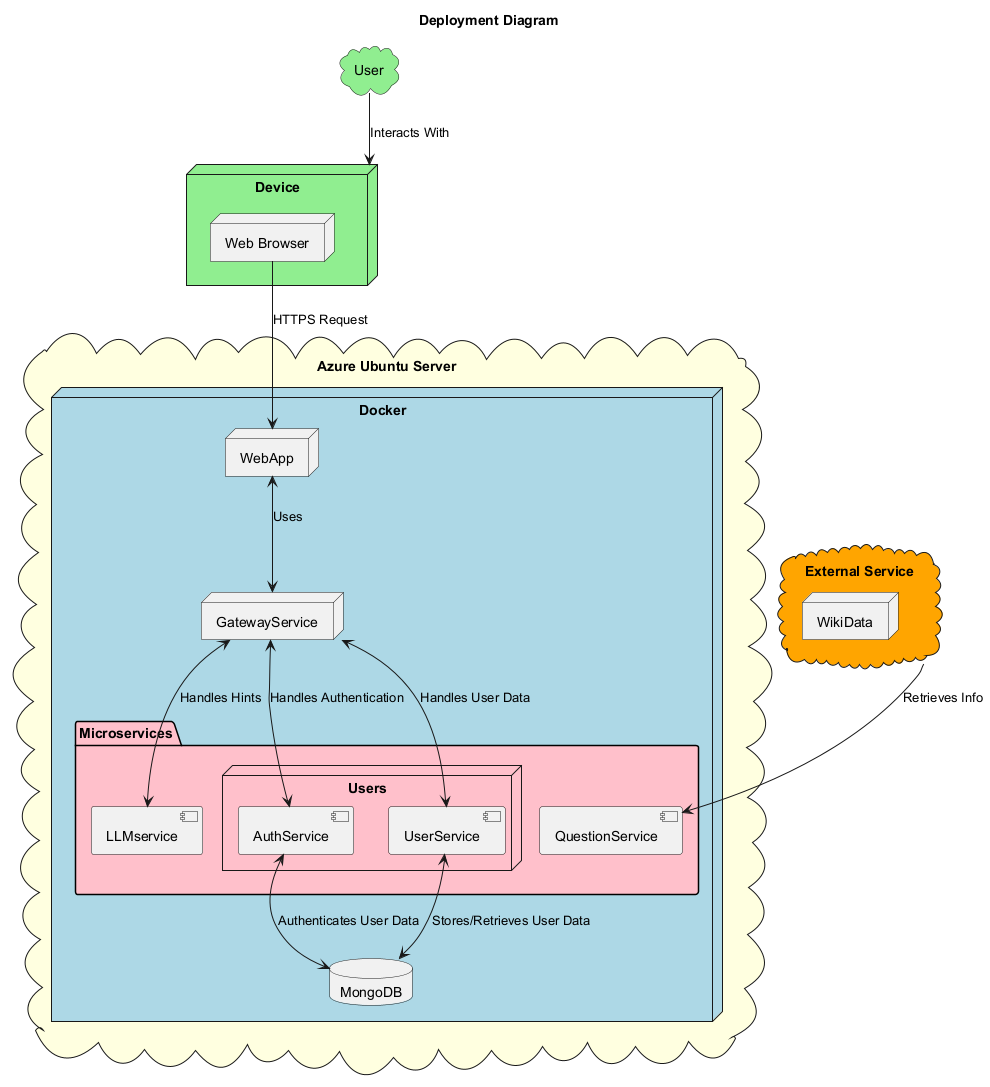
This is images/Deployment-View.png from Arquisoft/wichat_en3b, a PlantUML export, as it was before one commit.
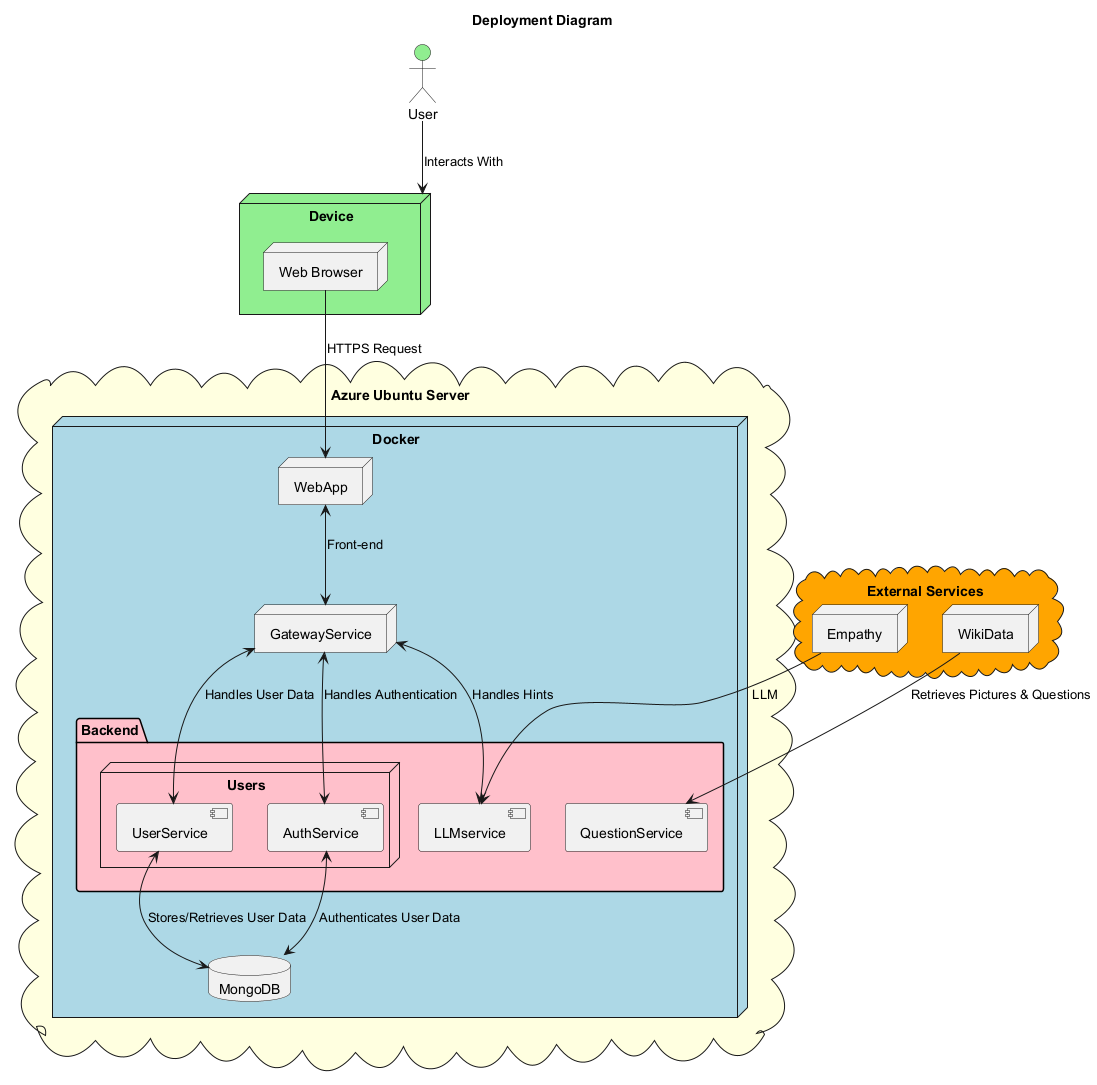
Above is the later version.

The edit, as a diff of the source:
```diff
@@ -1,7 +1,7 @@
 @startuml
 title Deployment Diagram
 
-cloud "User" as user #lightgreen
+actor "User" as user #lightgreen
 
 node Device as device #lightgreen {
     node "Web Browser" as browser
@@ -13,7 +13,7 @@
         node "GatewayService" as gateway
         database "MongoDB" as db
 
-        folder "Microservices" as microservices #pink {
+        folder "Backend" as microservices #pink {
             node "Users" as users {
               component "AuthService" as authservice
               component "UserService" as userservice
@@ -25,17 +25,20 @@
 
 }
 
-cloud "External Service" as external #orange {
+cloud "External Services" as external #orange {
     node "WikiData" as wikidata
+    node "Empathy" as empathy
 }
 
 user --> device : Interacts With
 browser --> webapp : HTTPS Request
-webapp <--> gateway : Uses
+webapp <--> gateway : Front-end
 gateway <--> authservice : Handles Authentication
 gateway <--> userservice : Handles User Data
 gateway <--> llmservice : Handles Hints
-external --> questionservice : Retrieves Info
+empathy --> llmservice : LLM
+wikidata --> questionservice : Retrieves Pictures & Questions
 userservice <--> db : Stores/Retrieves User Data
 authservice <--> db : Authenticates User Data
+
 @enduml
```
